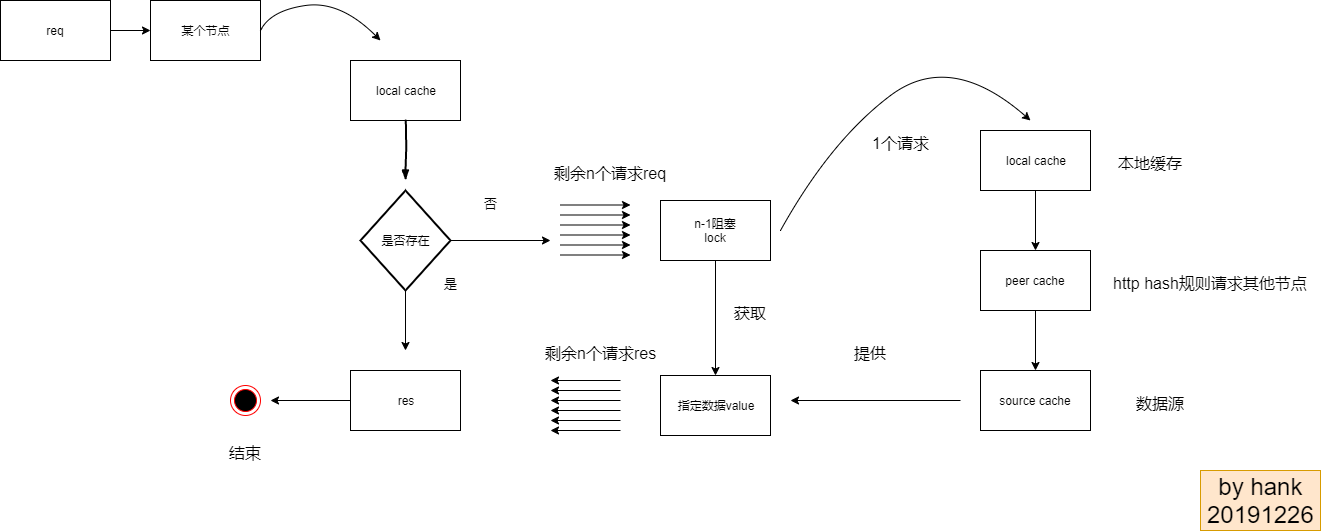
dllen/groupcache-annotated keeps this draw.io diagram as doc/images/singleflight.png. Above is the earlier version. Source tidied: cells renumbered, new cells last; positions are measured from the earlier drawing's top-left corner, leaving out a move shared by most shapes.
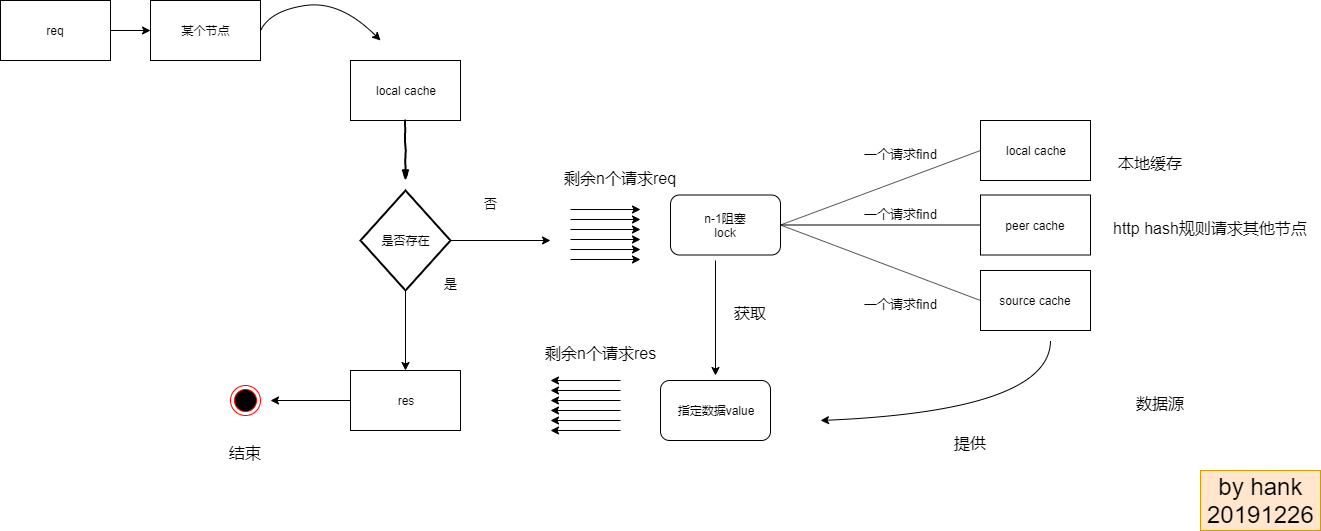
The same file after the commit.

Change to the diagram source:
```diff
@@ -7,43 +7,40 @@
     </mxCell>
     <mxCell id="3" style="endArrow=classic;html=1;" parent="1" edge="1">
       <mxGeometry relative="1" as="geometry">
-        <mxPoint x="560" y="224.5" as="sourcePoint" />
-        <mxPoint x="630" y="224.5" as="targetPoint" />
+        <mxPoint x="570" y="229" as="sourcePoint" />
+        <mxPoint x="640" y="229" as="targetPoint" />
       </mxGeometry>
     </mxCell>
     <mxCell id="4" style="endArrow=classic;html=1;" parent="1" edge="1">
       <mxGeometry relative="1" as="geometry">
-        <mxPoint x="560" y="244.5" as="sourcePoint" />
-        <mxPoint x="630" y="244.5" as="targetPoint" />
+        <mxPoint x="570" y="249" as="sourcePoint" />
+        <mxPoint x="640" y="249" as="targetPoint" />
       </mxGeometry>
     </mxCell>
     <mxCell id="5" style="endArrow=classic;html=1;" parent="1" edge="1">
       <mxGeometry relative="1" as="geometry">
-        <mxPoint x="560" y="254.5" as="sourcePoint" />
-        <mxPoint x="630" y="254.5" as="targetPoint" />
+        <mxPoint x="570" y="259" as="sourcePoint" />
+        <mxPoint x="640" y="259" as="targetPoint" />
       </mxGeometry>
     </mxCell>
     <mxCell id="6" style="endArrow=classic;html=1;" parent="1" edge="1">
       <mxGeometry relative="1" as="geometry">
-        <mxPoint x="560" y="214.5" as="sourcePoint" />
-        <mxPoint x="630" y="214.5" as="targetPoint" />
+        <mxPoint x="570" y="219" as="sourcePoint" />
+        <mxPoint x="640" y="219" as="targetPoint" />
       </mxGeometry>
     </mxCell>
     <mxCell id="7" style="endArrow=classic;html=1;" parent="1" edge="1">
       <mxGeometry relative="1" as="geometry">
-        <mxPoint x="560" y="204.5" as="sourcePoint" />
-        <mxPoint x="630" y="204.5" as="targetPoint" />
+        <mxPoint x="570" y="209" as="sourcePoint" />
+        <mxPoint x="640" y="209" as="targetPoint" />
       </mxGeometry>
     </mxCell>
     <mxCell id="8" style="endArrow=classic;html=1;" parent="1" edge="1">
       <mxGeometry relative="1" as="geometry">
-        <mxPoint x="560" y="234.5" as="sourcePoint" />
-        <mxPoint x="630" y="234.5" as="targetPoint" />
+        <mxPoint x="570" y="239" as="sourcePoint" />
+        <mxPoint x="640" y="239" as="targetPoint" />
       </mxGeometry>
     </mxCell>
-    <mxCell id="9" value="n-1阻塞&lt;br&gt;lock" style="rounded=0;whiteSpace=wrap;html=1;" parent="1" vertex="1">
-      <mxGeometry x="660" y="200" width="110" height="60" as="geometry" />
-    </mxCell>
     <mxCell id="10" value="local cache" style="rounded=0;whiteSpace=wrap;html=1;" parent="1" vertex="1">
       <mxGeometry x="350" y="60" width="110" height="60" as="geometry" />
     </mxCell>
@@ -73,30 +70,19 @@
       <mxGeometry x="470" y="190" width="40" height="20" as="geometry" />
     </mxCell>
     <mxCell id="16" value="&lt;span style=&quot;font-weight: normal&quot;&gt;&lt;font style=&quot;font-size: 16px&quot;&gt;剩余n个请求req&lt;/font&gt;&lt;/span&gt;" style="text;strokeColor=none;fillColor=none;html=1;fontSize=24;fontStyle=1;verticalAlign=middle;align=center;" parent="1" vertex="1">
-      <mxGeometry x="550" y="150" width="120" height="40" as="geometry" />
+      <mxGeometry x="560" y="154.5" width="120" height="40" as="geometry" />
     </mxCell>
-    <mxCell id="17" value="&lt;span style=&quot;font-size: 16px ; font-weight: 400&quot;&gt;1个请求&lt;/span&gt;" style="text;strokeColor=none;fillColor=none;html=1;fontSize=24;fontStyle=1;verticalAlign=middle;align=center;" parent="1" vertex="1">
-      <mxGeometry x="850" y="120" width="100" height="40" as="geometry" />
-    </mxCell>
     <mxCell id="18" value="local cache" style="rounded=0;whiteSpace=wrap;html=1;" parent="1" vertex="1">
-      <mxGeometry x="980" y="130" width="110" height="60" as="geometry" />
+      <mxGeometry x="980" y="120" width="110" height="60" as="geometry" />
     </mxCell>
     <mxCell id="19" value="peer cache" style="rounded=0;whiteSpace=wrap;html=1;" parent="1" vertex="1">
-      <mxGeometry x="980" y="250" width="110" height="60" as="geometry" />
+      <mxGeometry x="980" y="194.5" width="110" height="60" as="geometry" />
     </mxCell>
     <mxCell id="20" value="source cache" style="rounded=0;whiteSpace=wrap;html=1;" parent="1" vertex="1">
-      <mxGeometry x="980" y="370" width="110" height="60" as="geometry" />
+      <mxGeometry x="980" y="270" width="110" height="60" as="geometry" />
     </mxCell>
-    <mxCell id="21" style="endArrow=classic;html=1;entryX=0.5;entryY=0;entryDx=0;entryDy=0;exitX=0.5;exitY=1;exitDx=0;exitDy=0;" parent="1" edge="1" source="18" target="19">
-      <mxGeometry relative="1" as="geometry" />
-    </mxCell>
-    <mxCell id="22" style="endArrow=classic;html=1;entryX=0.5;entryY=0;entryDx=0;entryDy=0;exitX=0.5;exitY=1;exitDx=0;exitDy=0;" parent="1" edge="1" source="19" target="20">
-      <mxGeometry relative="1" as="geometry" />
-    </mxCell>
-    <mxCell id="23" style="endArrow=classic;html=1;exitX=0.5;exitY=1;exitDx=0;exitDy=0;exitPerimeter=0;" parent="1" edge="1" source="13">
-      <mxGeometry relative="1" as="geometry">
-        <mxPoint x="405" y="350" as="targetPoint" />
-      </mxGeometry>
+    <mxCell id="23" style="endArrow=classic;html=1;exitX=0.5;exitY=1;exitDx=0;exitDy=0;exitPerimeter=0;entryX=0.5;entryY=0;entryDx=0;entryDy=0;" parent="1" edge="1" source="13" target="41">
+      <mxGeometry relative="1" as="geometry" />
     </mxCell>
     <mxCell id="24" value="&lt;span style=&quot;font-weight: normal&quot;&gt;&lt;font style=&quot;font-size: 13px&quot;&gt;是&lt;/font&gt;&lt;/span&gt;" style="text;strokeColor=none;fillColor=none;html=1;fontSize=24;fontStyle=1;verticalAlign=middle;align=center;" parent="1" vertex="1">
       <mxGeometry x="430" y="270" width="40" height="20" as="geometry" />
@@ -105,7 +91,7 @@
       <mxGeometry x="230" y="385" width="30" height="30" as="geometry" />
     </mxCell>
     <mxCell id="26" value="&lt;span style=&quot;font-size: 16px ; font-weight: 400&quot;&gt;http hash规则请求其他节点&lt;/span&gt;" style="text;strokeColor=none;fillColor=none;html=1;fontSize=24;fontStyle=1;verticalAlign=middle;align=center;" parent="1" vertex="1">
-      <mxGeometry x="1100" y="260" width="220" height="40" as="geometry" />
+      <mxGeometry x="1100" y="204.5" width="220" height="40" as="geometry" />
     </mxCell>
     <mxCell id="27" value="&lt;span style=&quot;font-size: 16px ; font-weight: 400&quot;&gt;本地缓存&lt;/span&gt;" style="text;strokeColor=none;fillColor=none;html=1;fontSize=24;fontStyle=1;verticalAlign=middle;align=center;" parent="1" vertex="1">
       <mxGeometry x="1100" y="140" width="100" height="40" as="geometry" />
@@ -113,23 +99,17 @@
     <mxCell id="28" value="&lt;span style=&quot;font-size: 16px ; font-weight: 400&quot;&gt;数据源&lt;/span&gt;" style="text;strokeColor=none;fillColor=none;html=1;fontSize=24;fontStyle=1;verticalAlign=middle;align=center;" parent="1" vertex="1">
       <mxGeometry x="1110" y="380" width="100" height="40" as="geometry" />
     </mxCell>
-    <mxCell id="29" value="指定数据value" style="rounded=0;whiteSpace=wrap;html=1;" parent="1" vertex="1">
-      <mxGeometry x="660" y="375" width="110" height="60" as="geometry" />
-    </mxCell>
-    <mxCell id="30" style="endArrow=classic;html=1;exitX=0.5;exitY=1;exitDx=0;exitDy=0;entryX=0.5;entryY=0;entryDx=0;entryDy=0;" parent="1" edge="1" source="9" target="29">
-      <mxGeometry relative="1" as="geometry" />
+    <mxCell id="30" style="endArrow=classic;html=1;exitX=0.5;exitY=1;exitDx=0;exitDy=0;entryX=0.5;entryY=0;entryDx=0;entryDy=0;" parent="1" edge="1">
+      <mxGeometry relative="1" as="geometry">
+        <mxPoint x="715" y="260" as="sourcePoint" />
+        <mxPoint x="715" y="375" as="targetPoint" />
+      </mxGeometry>
     </mxCell>
     <mxCell id="31" value="&lt;span style=&quot;font-size: 16px ; font-weight: 400&quot;&gt;获取&lt;/span&gt;" style="text;strokeColor=none;fillColor=none;html=1;fontSize=24;fontStyle=1;verticalAlign=middle;align=center;" parent="1" vertex="1">
       <mxGeometry x="700" y="290" width="100" height="40" as="geometry" />
     </mxCell>
-    <mxCell id="32" style="endArrow=classic;html=1;" parent="1" edge="1">
-      <mxGeometry relative="1" as="geometry">
-        <mxPoint x="960" y="400" as="sourcePoint" />
-        <mxPoint x="790" y="400" as="targetPoint" />
-      </mxGeometry>
-    </mxCell>
     <mxCell id="33" value="&lt;span style=&quot;font-size: 16px ; font-weight: 400&quot;&gt;提供&lt;/span&gt;" style="text;strokeColor=none;fillColor=none;html=1;fontSize=24;fontStyle=1;verticalAlign=middle;align=center;" parent="1" vertex="1">
-      <mxGeometry x="820" y="330" width="100" height="40" as="geometry" />
+      <mxGeometry x="920" y="420" width="100" height="40" as="geometry" />
     </mxCell>
     <mxCell id="34" style="endArrow=classic;html=1;" parent="1" edge="1">
       <mxGeometry relative="1" as="geometry">
@@ -187,18 +167,41 @@
     <mxCell id="45" style="endArrow=classic;html=1;exitX=1;exitY=0.5;exitDx=0;exitDy=0;entryX=0;entryY=0.5;entryDx=0;entryDy=0;" parent="1" edge="1" source="44" target="2">
       <mxGeometry relative="1" as="geometry" />
     </mxCell>
-    <mxCell id="46" style="curved=1;endArrow=classic;html=1;" parent="1" edge="1">
-      <mxGeometry relative="1" as="geometry">
-        <mxPoint x="780" y="230" as="sourcePoint" />
-        <mxPoint x="1030" y="120" as="targetPoint" />
-        <Array as="points">
-          <mxPoint x="830" y="140" />
-          <mxPoint x="950" y="50" />
-        </Array>
-      </mxGeometry>
-    </mxCell>
     <mxCell id="47" value="&lt;span style=&quot;font-weight: normal&quot;&gt;by hank&lt;br&gt;20191226&lt;br&gt;&lt;/span&gt;" style="text;strokeColor=#d79b00;fillColor=#ffe6cc;html=1;fontSize=24;fontStyle=1;verticalAlign=middle;align=center;" parent="1" vertex="1">
       <mxGeometry x="1200" y="470" width="120" height="60" as="geometry" />
     </mxCell>
+    <mxCell id="9" value="&lt;span style=&quot;white-space: normal&quot;&gt;n-1阻塞&lt;/span&gt;&lt;br style=&quot;white-space: normal&quot;&gt;&lt;span style=&quot;white-space: normal&quot;&gt;lock&lt;/span&gt;" style="rounded=1;whiteSpace=wrap;html=1;" parent="1" vertex="1">
+      <mxGeometry x="670" y="194.5" width="110" height="60" as="geometry" />
+    </mxCell>
+    <mxCell id="29" value="指定数据value" style="rounded=1;whiteSpace=wrap;html=1;" parent="1" vertex="1">
+      <mxGeometry x="660" y="380" width="110" height="60" as="geometry" />
+    </mxCell>
+    <mxCell id="48" style="endArrow=none;html=1;exitX=1;exitY=0.5;exitDx=0;exitDy=0;entryX=0;entryY=0.5;entryDx=0;entryDy=0;" parent="1" edge="1" source="9" target="18">
+      <mxGeometry relative="1" as="geometry" />
+    </mxCell>
+    <mxCell id="49" style="endArrow=none;html=1;exitX=1;exitY=0.5;exitDx=0;exitDy=0;entryX=0;entryY=0.5;entryDx=0;entryDy=0;" parent="1" edge="1" source="9" target="19">
+      <mxGeometry relative="1" as="geometry" />
+    </mxCell>
+    <mxCell id="50" style="endArrow=none;html=1;exitX=0;exitY=0.5;exitDx=0;exitDy=0;entryX=1;entryY=0.5;entryDx=0;entryDy=0;" parent="1" edge="1" source="20" target="9">
+      <mxGeometry relative="1" as="geometry" />
+    </mxCell>
+    <mxCell id="51" style="curved=1;endArrow=classic;html=1;" parent="1" edge="1">
+      <mxGeometry relative="1" as="geometry">
+        <mxPoint x="1050" y="340" as="sourcePoint" />
+        <mxPoint x="820" y="420" as="targetPoint" />
+        <Array as="points">
+          <mxPoint x="1050" y="410" />
+        </Array>
+      </mxGeometry>
+    </mxCell>
+    <mxCell id="52" value="&lt;span style=&quot;font-weight: normal&quot;&gt;&lt;font style=&quot;font-size: 13px&quot;&gt;一个请求find&lt;/font&gt;&lt;/span&gt;" style="text;strokeColor=none;fillColor=none;html=1;fontSize=24;fontStyle=1;verticalAlign=middle;align=center;" parent="1" vertex="1">
+      <mxGeometry x="860" y="140" width="80" height="20" as="geometry" />
+    </mxCell>
+    <mxCell id="53" value="&lt;span style=&quot;font-weight: normal&quot;&gt;&lt;font style=&quot;font-size: 13px&quot;&gt;一个请求find&lt;/font&gt;&lt;/span&gt;" style="text;strokeColor=none;fillColor=none;html=1;fontSize=24;fontStyle=1;verticalAlign=middle;align=center;" parent="1" vertex="1">
+      <mxGeometry x="860" y="200" width="80" height="20" as="geometry" />
+    </mxCell>
+    <mxCell id="54" value="&lt;span style=&quot;font-weight: normal&quot;&gt;&lt;font style=&quot;font-size: 13px&quot;&gt;一个请求find&lt;/font&gt;&lt;/span&gt;" style="text;strokeColor=none;fillColor=none;html=1;fontSize=24;fontStyle=1;verticalAlign=middle;align=center;" parent="1" vertex="1">
+      <mxGeometry x="860" y="290" width="80" height="20" as="geometry" />
+    </mxCell>
   </root>
 </mxGraphModel>
```
